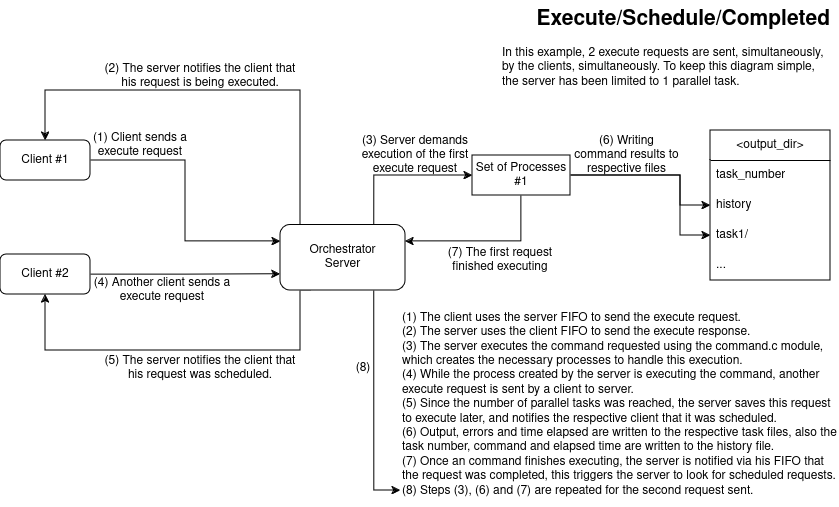
Above: report/diagrams/execute.png in migueltc13/project-OS (draw.io), before the change. Source tidied: cells renumbered, new cells last; positions are measured from the earlier drawing's top-left corner, leaving out a move shared by most shapes.
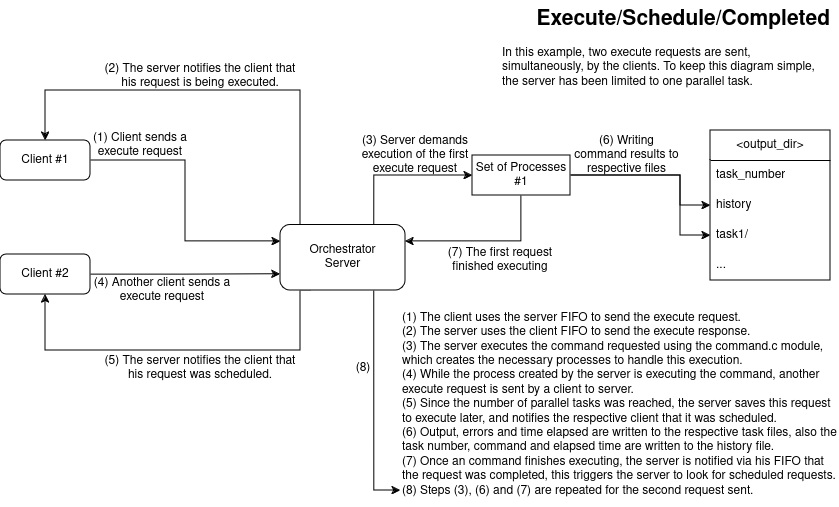
Above is the later version.

The edit, as a diff of the source:
```diff
@@ -63,7 +63,7 @@
     <mxCell id="16" value="Orchestrator&lt;br&gt;Server" style="rounded=1;whiteSpace=wrap;html=1;" parent="1" vertex="1">
       <mxGeometry x="280" y="224.5" width="125" height="65.5" as="geometry" />
     </mxCell>
-    <mxCell id="17" value="&lt;h1 align=&quot;right&quot; style=&quot;margin-top: 0px; font-size: 21px;&quot;&gt;Execute/Schedule/Completed&lt;br&gt;&lt;/h1&gt;&lt;p&gt;In this example, 2 execute requests are sent, &lt;span class=&quot;yKMVIe&quot; aria-level=&quot;1&quot; role=&quot;heading&quot;&gt;simultaneously&lt;/span&gt;, by the clients, &lt;span class=&quot;yKMVIe&quot; aria-level=&quot;1&quot; role=&quot;heading&quot;&gt;simultaneously&lt;/span&gt;. To keep this diagram simple, the server has been limited to 1 parallel task.&lt;br&gt;&lt;/p&gt;" style="text;html=1;whiteSpace=wrap;overflow=hidden;rounded=0;" parent="1" vertex="1">
+    <mxCell id="17" value="&lt;h1 align=&quot;right&quot; style=&quot;margin-top: 0px; font-size: 21px;&quot;&gt;Execute/Schedule/Completed&lt;br&gt;&lt;/h1&gt;&lt;p&gt;In this example, two execute requests are sent, &lt;span class=&quot;yKMVIe&quot; aria-level=&quot;1&quot; role=&quot;heading&quot;&gt;simultaneously&lt;/span&gt;, by the clients. To keep this diagram simple, the server has been limited to one parallel task.&lt;br&gt;&lt;/p&gt;" style="text;html=1;whiteSpace=wrap;overflow=hidden;rounded=0;" parent="1" vertex="1">
       <mxGeometry x="500" width="330" height="120" as="geometry" />
     </mxCell>
     <mxCell id="18" value="(2) The server notifies the client&amp;nbsp;that his request is being executed." style="text;html=1;align=center;verticalAlign=middle;whiteSpace=wrap;rounded=0;" parent="1" vertex="1">
```
